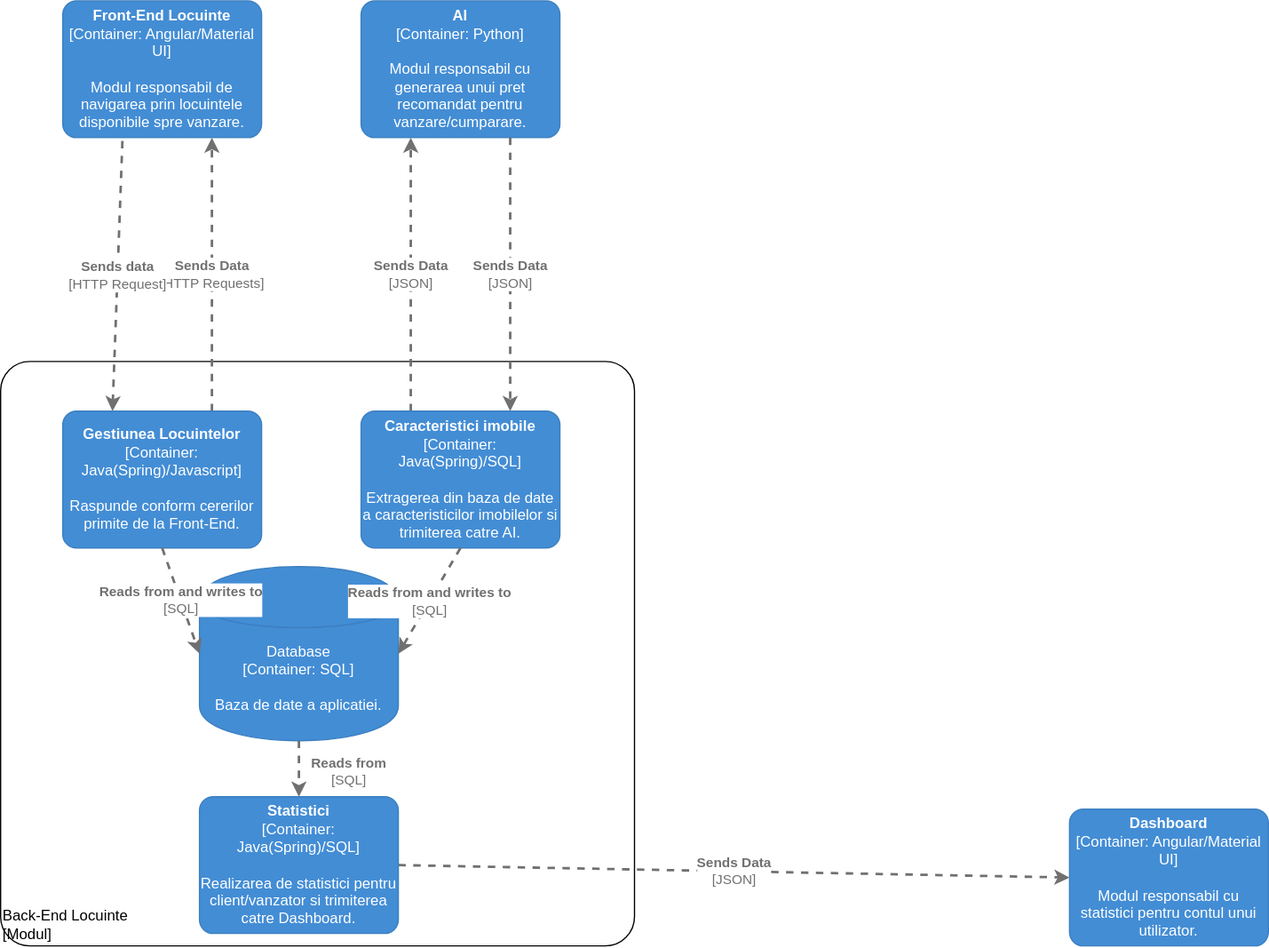
MirceaSofrone/IPproiect-DeployFront keeps this draw.io diagram as C4-Backend-Locuinte/Level2.svg. Above is the earlier version. Source tidied: cells renumbered, new cells last; positions are measured from the earlier drawing's top-left corner, leaving out a move shared by most shapes.
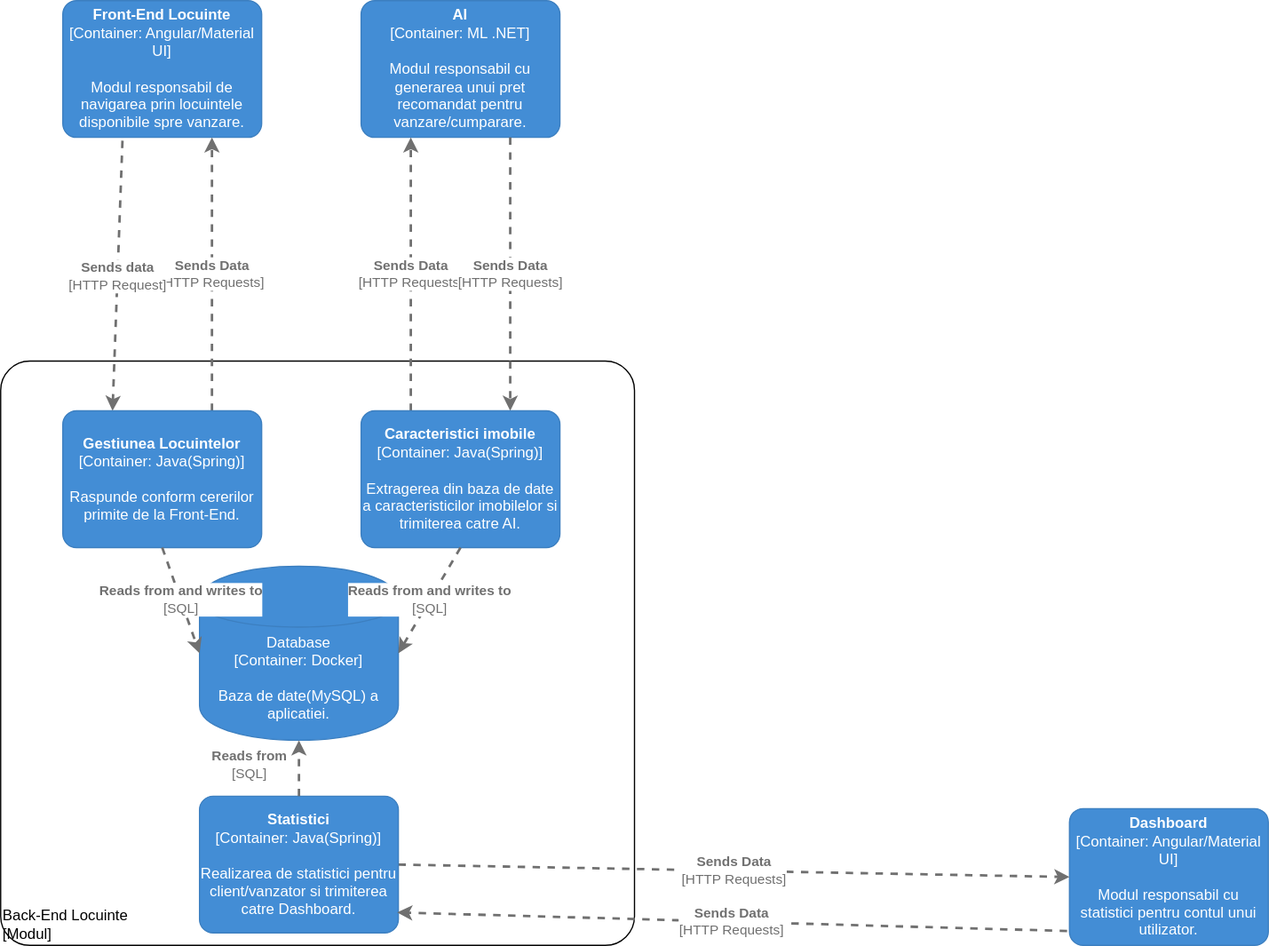
Above is the later version.

Diff of the diagram source:
```diff
@@ -12,7 +12,7 @@
         <mxGeometry x="860" y="650" width="160" height="110" as="geometry" />
       </mxCell>
     </object>
-    <object id="4" label="&lt;b&gt;%c4Name%&lt;/b&gt;&lt;div&gt;[%c4Type%: %c4Technology%]&lt;/div&gt;&lt;br&gt;&lt;div&gt;%c4Description%&lt;/div&gt;" c4Description="Modul responsabil cu generarea unui pret recomandat pentru vanzare/cumparare." c4Name="AI" c4Technology="Python" c4Type="Container" placeholders="1">
+    <object id="4" label="&lt;b&gt;%c4Name%&lt;/b&gt;&lt;div&gt;[%c4Type%: %c4Technology%]&lt;/div&gt;&lt;br&gt;&lt;div&gt;%c4Description%&lt;/div&gt;" c4Description="Modul responsabil cu generarea unui pret recomandat pentru vanzare/cumparare." c4Name="AI" c4Technology="ML .NET" c4Type="Container" placeholders="1">
       <mxCell style="rounded=1;whiteSpace=wrap;html=1;labelBackgroundColor=none;fillColor=#438DD5;fontColor=#ffffff;align=center;arcSize=10;strokeColor=#3C7FC0;metaData={&quot;c4Type&quot;:{&quot;editable&quot;:false}};points=[[0.25,0,0],[0.5,0,0],[0.75,0,0],[1,0.25,0],[1,0.5,0],[1,0.75,0],[0.75,1,0],[0.5,1,0],[0.25,1,0],[0,0.75,0],[0,0.5,0],[0,0.25,0]];" parent="1" vertex="1">
         <mxGeometry x="290" width="160" height="110" as="geometry" />
       </mxCell>
@@ -22,7 +22,7 @@
         <mxGeometry x="50" width="160" height="110" as="geometry" />
       </mxCell>
     </object>
-    <object id="6" label="&lt;div style=&quot;text-align: left&quot;&gt;&lt;div style=&quot;text-align: center&quot;&gt;&lt;b&gt;%c4Description%&lt;/b&gt;&lt;/div&gt;&lt;div style=&quot;text-align: center&quot;&gt;[%c4Technology%]&lt;/div&gt;&lt;/div&gt;" c4Description="Sends Data" c4Technology="JSON" c4Type="Relationship" placeholders="1">
+    <object id="6" label="&lt;div style=&quot;text-align: left&quot;&gt;&lt;div style=&quot;text-align: center&quot;&gt;&lt;b&gt;%c4Description%&lt;/b&gt;&lt;/div&gt;&lt;div style=&quot;text-align: center&quot;&gt;[%c4Technology%]&lt;/div&gt;&lt;/div&gt;" c4Description="Sends Data" c4Technology="HTTP Requests" c4Type="Relationship" placeholders="1">
       <mxCell style="edgeStyle=none;rounded=0;html=1;jettySize=auto;strokeColor=#707070;strokeWidth=2;fontColor=#707070;jumpStyle=none;dashed=1;metaData={&quot;c4Type&quot;:{&quot;editable&quot;:false}};entryX=0;entryY=0.5;entryDx=0;entryDy=0;entryPerimeter=0;exitX=1;exitY=0.5;exitDx=0;exitDy=0;exitPerimeter=0;" parent="1" edge="1" source="11" target="3">
         <mxGeometry relative="1" as="geometry" />
       </mxCell>
@@ -37,32 +37,32 @@
         <mxGeometry relative="1" as="geometry" />
       </mxCell>
     </object>
-    <object id="9" label="&lt;div style=&quot;text-align: left&quot;&gt;&lt;div style=&quot;text-align: center&quot;&gt;&lt;b&gt;%c4Description%&lt;/b&gt;&lt;/div&gt;&lt;div style=&quot;text-align: center&quot;&gt;[%c4Technology%]&lt;/div&gt;&lt;/div&gt;" c4Description="Sends Data" c4Technology="JSON" c4Type="Relationship" placeholders="1">
+    <object id="9" label="&lt;div style=&quot;text-align: left&quot;&gt;&lt;div style=&quot;text-align: center&quot;&gt;&lt;b&gt;%c4Description%&lt;/b&gt;&lt;/div&gt;&lt;div style=&quot;text-align: center&quot;&gt;[%c4Technology%]&lt;/div&gt;&lt;/div&gt;" c4Description="Sends Data" c4Technology="HTTP Requests" c4Type="Relationship" placeholders="1">
       <mxCell style="edgeStyle=none;rounded=0;html=1;jettySize=auto;strokeColor=#707070;strokeWidth=2;fontColor=#707070;jumpStyle=none;dashed=1;metaData={&quot;c4Type&quot;:{&quot;editable&quot;:false}};exitX=0.25;exitY=0;exitDx=0;exitDy=0;exitPerimeter=0;entryX=0.25;entryY=1;entryDx=0;entryDy=0;entryPerimeter=0;" parent="1" edge="1" source="12" target="4">
         <mxGeometry relative="1" as="geometry" />
       </mxCell>
     </object>
-    <object id="10" label="&lt;div style=&quot;text-align: left&quot;&gt;&lt;div style=&quot;text-align: center&quot;&gt;&lt;b&gt;%c4Description%&lt;/b&gt;&lt;/div&gt;&lt;div style=&quot;text-align: center&quot;&gt;[%c4Technology%]&lt;/div&gt;&lt;/div&gt;" c4Description="Sends Data" c4Technology="JSON" c4Type="Relationship" placeholders="1">
+    <object id="10" label="&lt;div style=&quot;text-align: left&quot;&gt;&lt;div style=&quot;text-align: center&quot;&gt;&lt;b&gt;%c4Description%&lt;/b&gt;&lt;/div&gt;&lt;div style=&quot;text-align: center&quot;&gt;[%c4Technology%]&lt;/div&gt;&lt;/div&gt;" c4Description="Sends Data" c4Technology="HTTP Requests" c4Type="Relationship" placeholders="1">
       <mxCell style="edgeStyle=none;rounded=0;html=1;entryX=0.75;entryY=0;jettySize=auto;strokeColor=#707070;strokeWidth=2;fontColor=#707070;jumpStyle=none;dashed=1;metaData={&quot;c4Type&quot;:{&quot;editable&quot;:false}};exitX=0.75;exitY=1;exitDx=0;exitDy=0;exitPerimeter=0;entryDx=0;entryDy=0;entryPerimeter=0;" parent="1" edge="1" source="4" target="12">
         <mxGeometry relative="1" as="geometry" />
       </mxCell>
     </object>
-    <object id="11" label="&lt;b&gt;%c4Name%&lt;/b&gt;&lt;div&gt;[%c4Type%: %c4Technology%]&lt;/div&gt;&lt;br&gt;&lt;div&gt;%c4Description%&lt;/div&gt;" c4Description="Realizarea de statistici pentru client/vanzator si trimiterea catre Dashboard." c4Name="Statistici" c4Technology="Java(Spring)/SQL" c4Type="Container" placeholders="1">
+    <object id="11" label="&lt;b&gt;%c4Name%&lt;/b&gt;&lt;div&gt;[%c4Type%: %c4Technology%]&lt;/div&gt;&lt;br&gt;&lt;div&gt;%c4Description%&lt;/div&gt;" c4Description="Realizarea de statistici pentru client/vanzator si trimiterea catre Dashboard." c4Name="Statistici" c4Technology="Java(Spring)" c4Type="Container" placeholders="1">
       <mxCell style="rounded=1;whiteSpace=wrap;html=1;labelBackgroundColor=none;fillColor=#438DD5;fontColor=#ffffff;align=center;arcSize=10;strokeColor=#3C7FC0;metaData={&quot;c4Type&quot;:{&quot;editable&quot;:false}};points=[[0.25,0,0],[0.5,0,0],[0.75,0,0],[1,0.25,0],[1,0.5,0],[1,0.75,0],[0.75,1,0],[0.5,1,0],[0.25,1,0],[0,0.75,0],[0,0.5,0],[0,0.25,0]];" parent="1" vertex="1">
         <mxGeometry x="160" y="640" width="160" height="110" as="geometry" />
       </mxCell>
     </object>
-    <object id="12" label="&lt;b&gt;%c4Name%&lt;/b&gt;&lt;div&gt;[%c4Type%: %c4Technology%]&lt;/div&gt;&lt;br&gt;&lt;div&gt;%c4Description%&lt;/div&gt;" c4Description="Extragerea din baza de date a caracteristicilor imobilelor si trimiterea catre AI." c4Name="Caracteristici imobile" c4Technology="Java(Spring)/SQL" c4Type="Container" placeholders="1">
+    <object id="12" label="&lt;b&gt;%c4Name%&lt;/b&gt;&lt;div&gt;[%c4Type%: %c4Technology%]&lt;/div&gt;&lt;br&gt;&lt;div&gt;%c4Description%&lt;/div&gt;" c4Description="Extragerea din baza de date a caracteristicilor imobilelor si trimiterea catre AI." c4Name="Caracteristici imobile" c4Technology="Java(Spring)" c4Type="Container" placeholders="1">
       <mxCell style="rounded=1;whiteSpace=wrap;html=1;labelBackgroundColor=none;fillColor=#438DD5;fontColor=#ffffff;align=center;arcSize=10;strokeColor=#3C7FC0;metaData={&quot;c4Type&quot;:{&quot;editable&quot;:false}};points=[[0.25,0,0],[0.5,0,0],[0.75,0,0],[1,0.25,0],[1,0.5,0],[1,0.75,0],[0.75,1,0],[0.5,1,0],[0.25,1,0],[0,0.75,0],[0,0.5,0],[0,0.25,0]];" parent="1" vertex="1">
         <mxGeometry x="290" y="330" width="160" height="110" as="geometry" />
       </mxCell>
     </object>
-    <object id="13" label="&lt;b&gt;%c4Name%&lt;/b&gt;&lt;div&gt;[%c4Type%: %c4Technology%]&lt;/div&gt;&lt;br&gt;&lt;div&gt;%c4Description%&lt;/div&gt;" c4Description="Raspunde conform cererilor primite de la Front-End." c4Name="Gestiunea Locuintelor" c4Technology="Java(Spring)/Javascript" c4Type="Container" placeholders="1">
+    <object id="13" label="&lt;b&gt;%c4Name%&lt;/b&gt;&lt;div&gt;[%c4Type%: %c4Technology%]&lt;/div&gt;&lt;br&gt;&lt;div&gt;%c4Description%&lt;/div&gt;" c4Description="Raspunde conform cererilor primite de la Front-End." c4Name="Gestiunea Locuintelor" c4Technology="Java(Spring)" c4Type="Container" placeholders="1">
       <mxCell style="rounded=1;whiteSpace=wrap;html=1;labelBackgroundColor=none;fillColor=#438DD5;fontColor=#ffffff;align=center;arcSize=10;strokeColor=#3C7FC0;metaData={&quot;c4Type&quot;:{&quot;editable&quot;:false}};points=[[0.25,0,0],[0.5,0,0],[0.75,0,0],[1,0.25,0],[1,0.5,0],[1,0.75,0],[0.75,1,0],[0.5,1,0],[0.25,1,0],[0,0.75,0],[0,0.5,0],[0,0.25,0]];" parent="1" vertex="1">
         <mxGeometry x="50" y="330" width="160" height="110" as="geometry" />
       </mxCell>
     </object>
-    <object id="14" label="%c4Type%&lt;div&gt;[Container:&amp;nbsp;%c4Technology%]&lt;/div&gt;&lt;br&gt;&lt;div&gt;%c4Description%&lt;/div&gt;" c4Description="Baza de date a aplicatiei." c4Technology="SQL" c4Type="Database" placeholders="1">
+    <object id="14" label="%c4Type%&lt;div&gt;[Container:&amp;nbsp;%c4Technology%]&lt;/div&gt;&lt;br&gt;&lt;div&gt;%c4Description%&lt;/div&gt;" c4Description="Baza de date(MySQL) a aplicatiei." c4Technology="Docker" c4Type="Database" placeholders="1">
       <mxCell style="shape=cylinder;whiteSpace=wrap;html=1;boundedLbl=1;rounded=0;labelBackgroundColor=none;fillColor=#438DD5;fontSize=12;fontColor=#ffffff;align=center;strokeColor=#3C7FC0;points=[[0.5,0,0],[1,0.25,0],[1,0.5,0],[1,0.75,0],[0.5,1,0],[0,0.75,0],[0,0.5,0],[0,0.25,0]];metaData={&quot;c4Type&quot;:{&quot;editable&quot;:false}};" parent="1" vertex="1">
         <mxGeometry x="160" y="455" width="160" height="140" as="geometry" />
       </mxCell>
@@ -78,9 +78,14 @@
       </mxCell>
     </object>
     <object id="17" label="&lt;div style=&quot;text-align: left&quot;&gt;&lt;div style=&quot;text-align: center&quot;&gt;&lt;b&gt;%c4Description%&lt;/b&gt;&lt;/div&gt;&lt;div style=&quot;text-align: center&quot;&gt;[%c4Technology%]&lt;/div&gt;&lt;/div&gt;" c4Description="Reads from" c4Technology="SQL" c4Type="Relationship" placeholders="1">
-      <mxCell style="edgeStyle=none;rounded=0;html=1;jettySize=auto;strokeColor=#707070;strokeWidth=2;fontColor=#707070;jumpStyle=none;dashed=1;metaData={&quot;c4Type&quot;:{&quot;editable&quot;:false}};exitX=0.5;exitY=1;exitDx=0;exitDy=0;exitPerimeter=0;entryX=0.5;entryY=0;entryDx=0;entryDy=0;entryPerimeter=0;" parent="1" edge="1" source="14" target="11">
+      <mxCell style="edgeStyle=none;rounded=0;html=1;jettySize=auto;strokeColor=#707070;strokeWidth=2;fontColor=#707070;jumpStyle=none;dashed=1;metaData={&quot;c4Type&quot;:{&quot;editable&quot;:false}};exitX=0.5;exitY=0;exitDx=0;exitDy=0;exitPerimeter=0;entryX=0.5;entryY=1;entryDx=0;entryDy=0;entryPerimeter=0;" parent="1" edge="1" source="11" target="14">
         <mxGeometry x="0.11" y="40" relative="1" as="geometry" />
       </mxCell>
     </object>
+    <object id="18" label="&lt;div style=&quot;text-align: left&quot;&gt;&lt;div style=&quot;text-align: center&quot;&gt;&lt;b&gt;%c4Description%&lt;/b&gt;&lt;/div&gt;&lt;div style=&quot;text-align: center&quot;&gt;[%c4Technology%]&lt;/div&gt;&lt;/div&gt;" c4Description="Sends Data" c4Technology="HTTP Requests" c4Type="Relationship" placeholders="1">
+      <mxCell style="edgeStyle=none;rounded=0;html=1;jettySize=auto;strokeColor=#707070;strokeWidth=2;fontColor=#707070;jumpStyle=none;dashed=1;metaData={&quot;c4Type&quot;:{&quot;editable&quot;:false}};exitX=-0.012;exitY=0.895;exitDx=0;exitDy=0;exitPerimeter=0;entryX=0.994;entryY=0.85;entryDx=0;entryDy=0;entryPerimeter=0;" parent="1" edge="1" source="3" target="11">
+        <mxGeometry relative="1" as="geometry" />
+      </mxCell>
+    </object>
   </root>
 </mxGraphModel>
```
